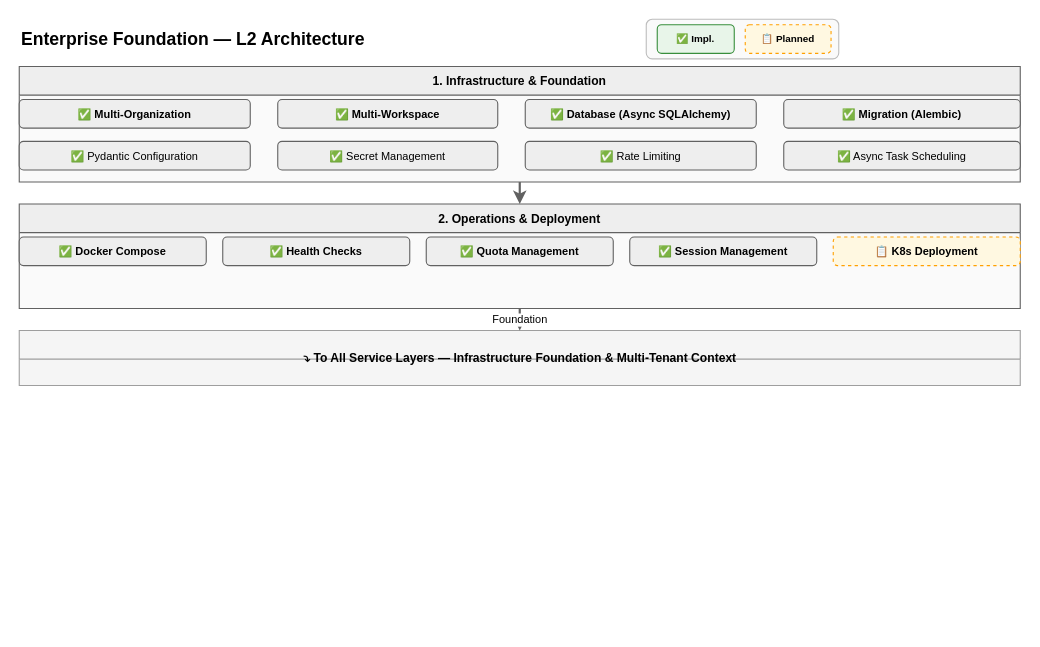
Earlier version of the draw.io diagram docs/design/hardware/enterprise-foundation-l2.drawio (xueyufish/hecate). Source tidied: cells renumbered, new cells numbered last; positions are measured from the earlier drawing's top-left corner, leaving out a move shared by most shapes. Both pictures are drawn from the tidied source at 110%, with x=0, y=0 at pixel (19, 19).
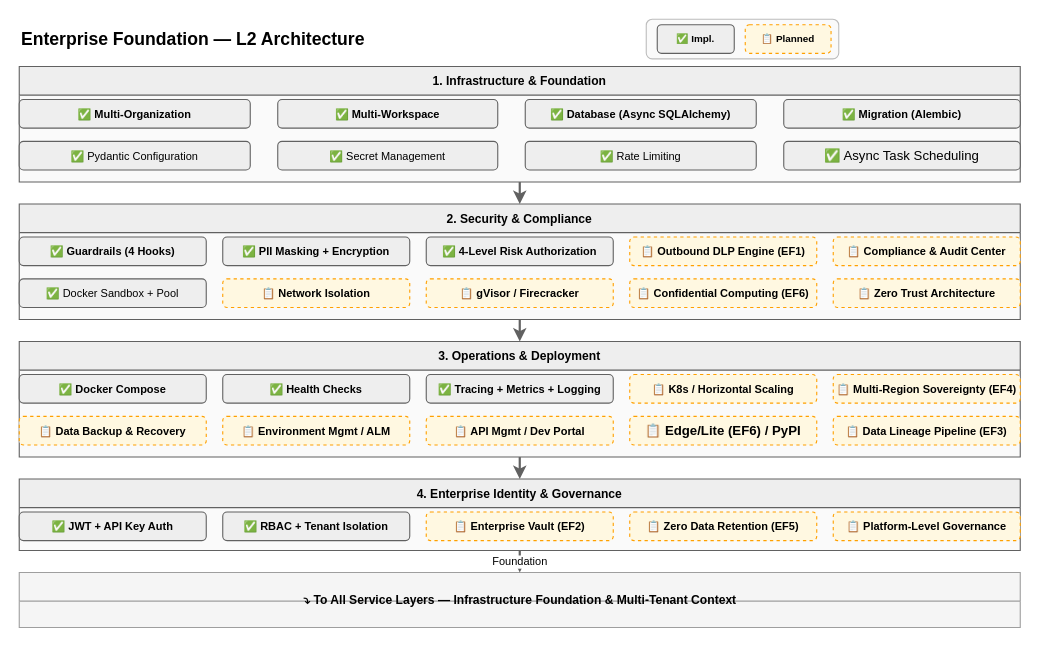
The same diagram, later.

The change refers to these unchanged cells:
```xml
<mxCell id="6" value="1. Infrastructure &amp; Foundation" style="swimlane;startSize=26;fillColor=#EEEEEE;strokeColor=#616161;fontSize=11;fontStyle=1;swimlaneFillColor=#FAFAFA;" parent="1" vertex="1">
  <mxGeometry y="43" width="910" height="105" as="geometry" />
</mxCell>
```

Diff of the diagram source:
```diff
@@
-    <mxCell id="3" value="✅ Impl." style="rounded=1;whiteSpace=wrap;html=1;fillColor=#E8F5E9;strokeColor=#388E3C;fontSize=9;fontStyle=1;" parent="1" vertex="1">
+    <mxCell id="3" value="✅ Impl." style="rounded=1;whiteSpace=wrap;html=1;fillColor=#EEEEEE;strokeColor=#616161;fontSize=9;fontStyle=1;" parent="1" vertex="1">
       <mxGeometry x="580" y="5" width="70" height="26" as="geometry" />
     </mxCell>
@@
-    <mxCell id="14" value="✅ Async Task Scheduling" style="rounded=1;whiteSpace=wrap;html=1;fillColor=#EEEEEE;strokeColor=#616161;fontSize=10;" parent="6" vertex="1">
+    <mxCell id="14" value="✅ Async Task Scheduling" style="rounded=1;whiteSpace=wrap;html=1;fillColor=#EEEEEE;strokeColor=#616161;fontSize:10;" parent="6" vertex="1">
       <mxGeometry x="695" y="68" width="215" height="26" as="geometry" />
     </mxCell>
-    <mxCell id="15" value="2. Operations &amp; Deployment" style="swimlane;startSize=26;fillColor=#EEEEEE;strokeColor=#616161;fontSize=11;fontStyle=1;swimlaneFillColor=#FAFAFA;" parent="1" vertex="1">
-      <mxGeometry y="168" width="910" height="95" as="geometry" />
+    <mxCell id="15" value="2. Security &amp; Compliance" style="swimlane;startSize=26;fillColor=#EEEEEE;strokeColor=#616161;fontSize=11;fontStyle=1;swimlaneFillColor=#FAFAFA;" parent="1" vertex="1">
+      <mxGeometry y="168" width="910" height="105" as="geometry" />
     </mxCell>
+    <mxCell id="25" value="✅ Guardrails (4 Hooks)" style="rounded=1;whiteSpace=wrap;html=1;fillColor=#EEEEEE;strokeColor=#616161;fontSize=10;fontStyle=1;" parent="15" vertex="1">
+      <mxGeometry y="30" width="170" height="26" as="geometry" />
+    </mxCell>
+    <mxCell id="26" value="✅ PII Masking + Encryption" style="rounded=1;whiteSpace=wrap;html=1;fillColor=#EEEEEE;strokeColor=#616161;fontSize=10;fontStyle=1;" parent="15" vertex="1">
+      <mxGeometry x="185" y="30" width="170" height="26" as="geometry" />
+    </mxCell>
+    <mxCell id="27" value="✅ 4-Level Risk Authorization" style="rounded=1;whiteSpace=wrap;html=1;fillColor=#EEEEEE;strokeColor=#616161;fontSize=10;fontStyle=1;" parent="15" vertex="1">
+      <mxGeometry x="370" y="30" width="170" height="26" as="geometry" />
+    </mxCell>
+    <mxCell id="28" value="📋 Outbound DLP Engine (EF1)" style="rounded=1;whiteSpace=wrap;html=1;fillColor=#FFF8E1;strokeColor=#FFA000;fontSize=10;fontStyle=1;dashed=1;" parent="15" vertex="1">
+      <mxGeometry x="555" y="30" width="170" height="26" as="geometry" />
+    </mxCell>
+    <mxCell id="29" value="📋 Compliance &amp; Audit Center" style="rounded=1;whiteSpace=wrap;html=1;fillColor=#FFF8E1;strokeColor=#FFA000;fontSize=10;fontStyle=1;dashed=1;" parent="15" vertex="1">
+      <mxGeometry x="740" y="30" width="170" height="26" as="geometry" />
+    </mxCell>
+    <mxCell id="30" value="✅ Docker Sandbox + Pool" style="rounded=1;whiteSpace=wrap;html=1;fillColor=#EEEEEE;strokeColor=#616161;fontSize=10;" parent="15" vertex="1">
+      <mxGeometry y="68" width="170" height="26" as="geometry" />
+    </mxCell>
+    <mxCell id="31" value="📋 Network Isolation" style="rounded=1;whiteSpace=wrap;html=1;fillColor=#FFF8E1;strokeColor=#FFA000;fontSize=10;fontStyle=1;dashed=1;" parent="15" vertex="1">
+      <mxGeometry x="185" y="68" width="170" height="26" as="geometry" />
+    </mxCell>
+    <mxCell id="32" value="📋 gVisor / Firecracker" style="rounded=1;whiteSpace=wrap;html=1;fillColor=#FFF8E1;strokeColor=#FFA000;fontSize=10;fontStyle=1;dashed=1;" parent="15" vertex="1">
+      <mxGeometry x="370" y="68" width="170" height="26" as="geometry" />
+    </mxCell>
+    <mxCell id="33" value="📋 Confidential Computing (EF6)" style="rounded=1;whiteSpace=wrap;html=1;fillColor=#FFF8E1;strokeColor=#FFA000;fontSize=10;fontStyle=1;dashed=1;" parent="15" vertex="1">
+      <mxGeometry x="555" y="68" width="170" height="26" as="geometry" />
+    </mxCell>
+    <mxCell id="34" value="📋 Zero Trust Architecture" style="rounded=1;whiteSpace=wrap;html=1;fillColor=#FFF8E1;strokeColor=#FFA000;fontSize=10;fontStyle=1;dashed=1;" parent="15" vertex="1">
+      <mxGeometry x="740" y="68" width="170" height="26" as="geometry" />
+    </mxCell>
+    <mxCell id="21" value="3. Operations &amp; Deployment" style="swimlane;startSize=26;fillColor=#EEEEEE;strokeColor=#616161;fontSize=11;fontStyle=1;swimlaneFillColor=#FAFAFA;" parent="1" vertex="1">
+      <mxGeometry y="293" width="910" height="105" as="geometry" />
+    </mxCell>
-    <mxCell id="16" value="✅ Docker Compose" style="rounded=1;whiteSpace=wrap;html=1;fillColor=#EEEEEE;strokeColor=#616161;fontSize=10;fontStyle=1;" parent="15" vertex="1">
+    <mxCell id="16" value="✅ Docker Compose" style="rounded=1;whiteSpace=wrap;html=1;fillColor=#EEEEEE;strokeColor=#616161;fontSize=10;fontStyle=1;" parent="21" vertex="1">
       <mxGeometry y="30" width="170" height="26" as="geometry" />
     </mxCell>
-    <mxCell id="17" value="✅ Health Checks" style="rounded=1;whiteSpace=wrap;html=1;fillColor=#EEEEEE;strokeColor=#616161;fontSize=10;fontStyle=1;" parent="15" vertex="1">
+    <mxCell id="17" value="✅ Health Checks" style="rounded=1;whiteSpace=wrap;html=1;fillColor=#EEEEEE;strokeColor=#616161;fontSize=10;fontStyle=1;" parent="21" vertex="1">
       <mxGeometry x="185" y="30" width="170" height="26" as="geometry" />
     </mxCell>
-    <mxCell id="18" value="✅ Quota Management" style="rounded=1;whiteSpace=wrap;html=1;fillColor=#EEEEEE;strokeColor=#616161;fontSize=10;fontStyle=1;" parent="15" vertex="1">
-      <mxGeometry x="370" y="30" width="170" height="26" as="geometry" />
-    </mxCell>
-    <mxCell id="19" value="✅ Session Management" style="rounded=1;whiteSpace=wrap;html=1;fillColor=#EEEEEE;strokeColor=#616161;fontSize=10;fontStyle=1;" parent="15" vertex="1">
-      <mxGeometry x="555" y="30" width="170" height="26" as="geometry" />
-    </mxCell>
-    <mxCell id="20" value="📋 K8s Deployment" style="rounded=1;whiteSpace=wrap;html=1;fillColor=#FFF8E1;strokeColor=#FFA000;fontSize=10;fontStyle=1;dashed=1;" parent="15" vertex="1">
-      <mxGeometry x="740" y="30" width="170" height="26" as="geometry" />
-    </mxCell>
-    <mxCell id="21" style="swimlane;startSize=26;fillColor=#F5F5F5;strokeColor=#9E9E9E;fontSize=11;fontStyle=1;swimlaneFillColor=#F5F5F5;" parent="1" vertex="1">
-      <mxGeometry y="283" width="910" height="50" as="geometry" />
-    </mxCell>
+    <mxCell id="35" value="✅ Tracing + Metrics + Logging" style="rounded=1;whiteSpace=wrap;html=1;fillColor=#EEEEEE;strokeColor=#616161;fontSize=10;fontStyle=1;" parent="21" vertex="1">
+      <mxGeometry x="370" y="30" width="170" height="26" as="geometry" />
+    </mxCell>
+    <mxCell id="36" value="📋 K8s / Horizontal Scaling" style="rounded=1;whiteSpace=wrap;html=1;fillColor=#FFF8E1;strokeColor=#FFA000;fontSize=10;fontStyle=1;dashed=1;" parent="21" vertex="1">
+      <mxGeometry x="555" y="30" width="170" height="26" as="geometry" />
+    </mxCell>
+    <mxCell id="37" value="📋 Multi-Region Sovereignty (EF4)" style="rounded=1;whiteSpace=wrap;html=1;fillColor=#FFF8E1;strokeColor=#FFA000;fontSize=10;fontStyle=1;dashed=1;" parent="21" vertex="1">
+      <mxGeometry x="740" y="30" width="170" height="26" as="geometry" />
+    </mxCell>
+    <mxCell id="38" value="📋 Data Backup &amp; Recovery" style="rounded=1;whiteSpace=wrap;html=1;fillColor=#FFF8E1;strokeColor=#FFA000;fontSize=10;fontStyle=1;dashed=1;" parent="21" vertex="1">
+      <mxGeometry y="68" width="170" height="26" as="geometry" />
+    </mxCell>
+    <mxCell id="39" value="📋 Environment Mgmt / ALM" style="rounded=1;whiteSpace=wrap;html=1;fillColor=#FFF8E1;strokeColor=#FFA000;fontSize=10;fontStyle=1;dashed=1;" parent="21" vertex="1">
+      <mxGeometry x="185" y="68" width="170" height="26" as="geometry" />
+    </mxCell>
+    <mxCell id="40" value="📋 API Mgmt / Dev Portal" style="rounded=1;whiteSpace=wrap;html=1;fillColor=#FFF8E1;strokeColor=#FFA000;fontSize=10;fontStyle=1;dashed=1;" parent="21" vertex="1">
+      <mxGeometry x="370" y="68" width="170" height="26" as="geometry" />
+    </mxCell>
+    <mxCell id="41" value="📋 Edge/Lite (EF6) / PyPI" style="rounded=1;whiteSpace=wrap;html=1;fillColor=#FFF8E1;strokeColor=#FFA000;fontSize:10;fontStyle=1;dashed=1;" parent="21" vertex="1">
+      <mxGeometry x="555" y="68" width="170" height="26" as="geometry" />
+    </mxCell>
+    <mxCell id="42" value="📋 Data Lineage Pipeline (EF3)" style="rounded=1;whiteSpace=wrap;html=1;fillColor=#FFF8E1;strokeColor=#FFA000;fontSize=10;fontStyle=1;dashed=1;" parent="21" vertex="1">
+      <mxGeometry x="740" y="68" width="170" height="26" as="geometry" />
+    </mxCell>
+    <mxCell id="43" value="4. Enterprise Identity &amp; Governance" style="swimlane;startSize=26;fillColor=#EEEEEE;strokeColor=#616161;fontSize=11;fontStyle=1;swimlaneFillColor=#FAFAFA;" parent="1" vertex="1">
+      <mxGeometry y="418" width="910" height="65" as="geometry" />
+    </mxCell>
+    <mxCell id="44" value="✅ JWT + API Key Auth" style="rounded=1;whiteSpace=wrap;html=1;fillColor=#EEEEEE;strokeColor=#616161;fontSize=10;fontStyle=1;" parent="43" vertex="1">
+      <mxGeometry y="30" width="170" height="26" as="geometry" />
+    </mxCell>
+    <mxCell id="45" value="✅ RBAC + Tenant Isolation" style="rounded=1;whiteSpace=wrap;html=1;fillColor=#EEEEEE;strokeColor=#616161;fontSize=10;fontStyle=1;" parent="43" vertex="1">
+      <mxGeometry x="185" y="30" width="170" height="26" as="geometry" />
+    </mxCell>
+    <mxCell id="46" value="📋 Enterprise Vault (EF2)" style="rounded=1;whiteSpace=wrap;html=1;fillColor=#FFF8E1;strokeColor=#FFA000;fontSize=10;fontStyle=1;dashed=1;" parent="43" vertex="1">
+      <mxGeometry x="370" y="30" width="170" height="26" as="geometry" />
+    </mxCell>
+    <mxCell id="47" value="📋 Zero Data Retention (EF5)" style="rounded=1;whiteSpace=wrap;html=1;fillColor=#FFF8E1;strokeColor=#FFA000;fontSize=10;fontStyle=1;dashed=1;" parent="43" vertex="1">
+      <mxGeometry x="555" y="30" width="170" height="26" as="geometry" />
+    </mxCell>
+    <mxCell id="48" value="📋 Platform-Level Governance" style="rounded=1;whiteSpace=wrap;html=1;fillColor=#FFF8E1;strokeColor=#FFA000;fontSize=10;fontStyle=1;dashed=1;" parent="43" vertex="1">
+      <mxGeometry x="740" y="30" width="170" height="26" as="geometry" />
+    </mxCell>
+    <mxCell id="49" style="swimlane;startSize=26;fillColor=#F5F5F5;strokeColor=#9E9E9E;fontSize=11;fontStyle=1;swimlaneFillColor=#F5F5F5;" parent="1" vertex="1">
+      <mxGeometry y="503" width="910" height="50" as="geometry" />
+    </mxCell>
-    <mxCell id="22" value="⤵  To All Service Layers — Infrastructure Foundation &amp; Multi-Tenant Context" style="text;html=1;fontSize=11;fontStyle=1;align=center;verticalAlign=middle;fillColor=none;strokeColor=none;" parent="21" vertex="1">
+    <mxCell id="22" value="⤵  To All Service Layers — Infrastructure Foundation &amp; Multi-Tenant Context" style="text;html=1;fontSize=11;fontStyle=1;align=center;verticalAlign=middle;fillColor=none;strokeColor=none;" parent="49" vertex="1">
       <mxGeometry x="155" y="5" width="600" height="40" as="geometry" />
     </mxCell>
@@
-    <mxCell id="24" value="Foundation" style="edgeStyle=orthogonalEdgeStyle;rounded=1;jettySize=auto;html=1;strokeColor=#616161;strokeWidth=2;fontSize=10;exitX=0.5;exitY=1;exitDx=0;exitDy=0;entryX=0.5;entryY=0;entryDx=0;entryDy=0;" parent="1" edge="1" source="15" target="21">
+    <mxCell id="24" style="edgeStyle=orthogonalEdgeStyle;rounded=1;jettySize=auto;html=1;strokeColor=#616161;strokeWidth=2;exitX=0.5;exitY=1;exitDx=0;exitDy=0;entryX=0.5;entryY=0;entryDx=0;entryDy=0;" parent="1" edge="1" source="15" target="21">
       <mxGeometry relative="1" as="geometry" />
     </mxCell>
+    <mxCell id="50" style="edgeStyle=orthogonalEdgeStyle;rounded=1;jettySize=auto;html=1;strokeColor=#616161;strokeWidth=2;exitX=0.5;exitY=1;exitDx=0;exitDy=0;entryX=0.5;entryY=0;entryDx=0;entryDy=0;" parent="1" edge="1" source="21" target="43">
+      <mxGeometry relative="1" as="geometry" />
+    </mxCell>
+    <mxCell id="51" value="Foundation" style="edgeStyle=orthogonalEdgeStyle;rounded=1;jettySize=auto;html=1;strokeColor=#616161;strokeWidth=2;fontSize=10;exitX=0.5;exitY=1;exitDx=0;exitDy=0;entryX=0.5;entryY=0;entryDx=0;entryDy=0;" parent="1" edge="1" source="43" target="49">
+      <mxGeometry relative="1" as="geometry" />
+    </mxCell>
```
